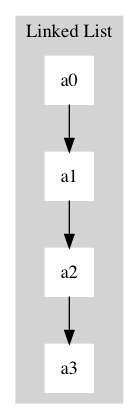
Above: DotExamples/linked_list.png in arafatkatze/DataViz (Graphviz), before the change. Its source is kept beside it as DotExamples/linked_list.dot.
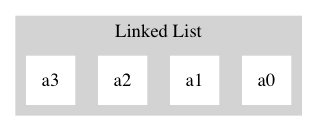
After the commit.

Diff of the diagram source:
```diff
@@ -4,7 +4,10 @@
 		style=filled;
 		color=lightgrey;
 		node [style=filled,color=white, shape="Msquare"];
-		a0 -> a1 -> a2 -> a3;
+		a0;
+		a1;
+		a2;
+		a3;
 		label = "Linked List";
 	}
 }
```
